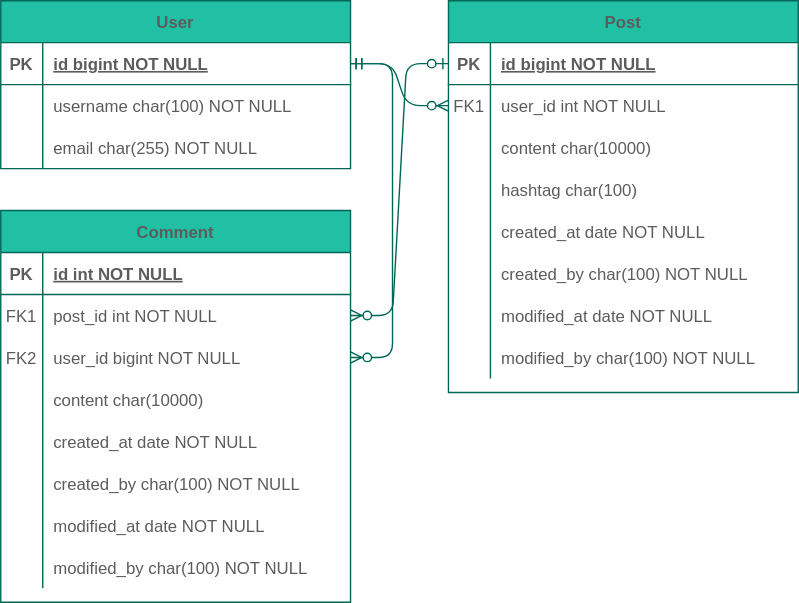
Above: documents/ERD_diagram.drawio.svg in iksadNorth/fc-board (draw.io), before the change. Source tidied: cells renumbered, new cells last; positions are measured from the earlier drawing's top-left corner, leaving out a move shared by most shapes.
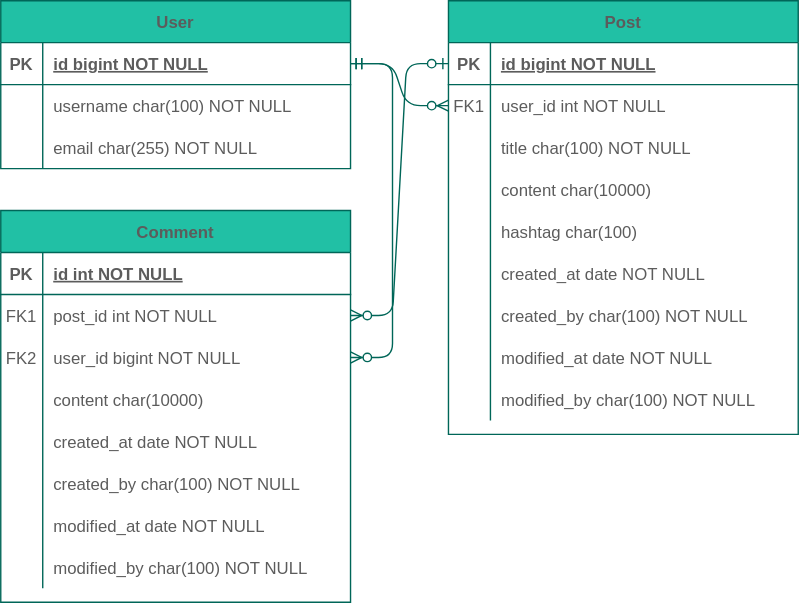
The same diagram one commit later.

Commit message:
#7 - Post에서 누락된 title을 추가

Change to the diagram source:
```diff
@@ -3,7 +3,7 @@
     <mxCell id="0" />
     <mxCell id="1" parent="0" />
     <mxCell id="2" value="Post" style="shape=table;startSize=30;rowLines=0;fontStyle=1;align=center;rounded=0;fillColor=#21C0A5;strokeColor=#006658;fontColor=#5C5C5C;" parent="1" vertex="1">
-      <mxGeometry x="320" width="250" height="280" as="geometry" />
+      <mxGeometry x="320" width="250" height="310" as="geometry" />
     </mxCell>
     <mxCell id="3" style="shape=partialRectangle;fillColor=none;points=[[0,0.5],[1,0.5]];portConstraint=eastwest;top=0;left=0;right=0;bottom=1;rounded=0;strokeColor=#006658;fontColor=#5C5C5C;" parent="2" vertex="1">
       <mxGeometry y="30" width="250" height="30" as="geometry" />
@@ -23,8 +23,17 @@
     <mxCell id="8" value="user_id int NOT NULL" style="shape=partialRectangle;overflow=hidden;fillColor=none;top=0;left=0;bottom=0;right=0;align=left;spacingLeft=6;rounded=0;strokeColor=#006658;fontColor=#5C5C5C;" parent="6" vertex="1">
       <mxGeometry x="30" width="220" height="30" as="geometry" />
     </mxCell>
+    <mxCell id="65" style="shape=partialRectangle;fillColor=none;top=0;left=0;right=0;bottom=0;rounded=0;strokeColor=#006658;fontColor=#5C5C5C;" parent="2" vertex="1">
+      <mxGeometry y="90" width="250" height="30" as="geometry" />
+    </mxCell>
+    <mxCell id="66" style="shape=partialRectangle;overflow=hidden;fillColor=none;top=0;left=0;bottom=0;right=0;rounded=0;strokeColor=#006658;fontColor=#5C5C5C;" parent="65" vertex="1">
+      <mxGeometry width="30" height="30" as="geometry" />
+    </mxCell>
+    <mxCell id="67" value="title char(100) NOT NULL" style="shape=partialRectangle;overflow=hidden;fillColor=none;top=0;left=0;bottom=0;right=0;align=left;spacingLeft=6;rounded=0;strokeColor=#006658;fontColor=#5C5C5C;" parent="65" vertex="1">
+      <mxGeometry x="30" width="220" height="30" as="geometry" />
+    </mxCell>
     <mxCell id="9" style="shape=partialRectangle;fillColor=none;top=0;left=0;right=0;bottom=0;rounded=0;strokeColor=#006658;fontColor=#5C5C5C;" parent="2" vertex="1">
-      <mxGeometry y="90" width="250" height="30" as="geometry" />
+      <mxGeometry y="120" width="250" height="30" as="geometry" />
     </mxCell>
     <mxCell id="10" style="shape=partialRectangle;overflow=hidden;fillColor=none;top=0;left=0;bottom=0;right=0;rounded=0;strokeColor=#006658;fontColor=#5C5C5C;" parent="9" vertex="1">
       <mxGeometry width="30" height="30" as="geometry" />
@@ -33,7 +42,7 @@
       <mxGeometry x="30" width="220" height="30" as="geometry" />
     </mxCell>
     <mxCell id="12" style="shape=partialRectangle;fillColor=none;top=0;left=0;right=0;bottom=0;rounded=0;strokeColor=#006658;fontColor=#5C5C5C;" parent="2" vertex="1">
-      <mxGeometry y="120" width="250" height="30" as="geometry" />
+      <mxGeometry y="150" width="250" height="30" as="geometry" />
     </mxCell>
     <mxCell id="13" style="shape=partialRectangle;overflow=hidden;fillColor=none;top=0;left=0;bottom=0;right=0;rounded=0;strokeColor=#006658;fontColor=#5C5C5C;" parent="12" vertex="1">
       <mxGeometry width="30" height="30" as="geometry" />
@@ -42,7 +51,7 @@
       <mxGeometry x="30" width="220" height="30" as="geometry" />
     </mxCell>
     <mxCell id="15" style="shape=partialRectangle;fillColor=none;top=0;left=0;right=0;bottom=0;rounded=0;strokeColor=#006658;fontColor=#5C5C5C;" parent="2" vertex="1">
-      <mxGeometry y="150" width="250" height="30" as="geometry" />
+      <mxGeometry y="180" width="250" height="30" as="geometry" />
     </mxCell>
     <mxCell id="16" style="shape=partialRectangle;overflow=hidden;fillColor=none;top=0;left=0;bottom=0;right=0;rounded=0;strokeColor=#006658;fontColor=#5C5C5C;" parent="15" vertex="1">
       <mxGeometry width="30" height="30" as="geometry" />
@@ -51,7 +60,7 @@
       <mxGeometry x="30" width="220" height="30" as="geometry" />
     </mxCell>
     <mxCell id="18" style="shape=partialRectangle;fillColor=none;top=0;left=0;right=0;bottom=0;rounded=0;strokeColor=#006658;fontColor=#5C5C5C;" parent="2" vertex="1">
-      <mxGeometry y="180" width="250" height="30" as="geometry" />
+      <mxGeometry y="210" width="250" height="30" as="geometry" />
     </mxCell>
     <mxCell id="19" style="shape=partialRectangle;overflow=hidden;fillColor=none;top=0;left=0;bottom=0;right=0;rounded=0;strokeColor=#006658;fontColor=#5C5C5C;" parent="18" vertex="1">
       <mxGeometry width="30" height="30" as="geometry" />
@@ -60,7 +69,7 @@
       <mxGeometry x="30" width="220" height="30" as="geometry" />
     </mxCell>
     <mxCell id="21" style="shape=partialRectangle;fillColor=none;top=0;left=0;right=0;bottom=0;rounded=0;strokeColor=#006658;fontColor=#5C5C5C;" parent="2" vertex="1">
-      <mxGeometry y="210" width="250" height="30" as="geometry" />
+      <mxGeometry y="240" width="250" height="30" as="geometry" />
     </mxCell>
     <mxCell id="22" style="shape=partialRectangle;overflow=hidden;fillColor=none;top=0;left=0;bottom=0;right=0;rounded=0;strokeColor=#006658;fontColor=#5C5C5C;" parent="21" vertex="1">
       <mxGeometry width="30" height="30" as="geometry" />
@@ -69,7 +78,7 @@
       <mxGeometry x="30" width="220" height="30" as="geometry" />
     </mxCell>
     <mxCell id="24" style="shape=partialRectangle;fillColor=none;top=0;left=0;right=0;bottom=0;rounded=0;strokeColor=#006658;fontColor=#5C5C5C;" parent="2" vertex="1">
-      <mxGeometry y="240" width="250" height="30" as="geometry" />
+      <mxGeometry y="270" width="250" height="30" as="geometry" />
     </mxCell>
     <mxCell id="25" style="shape=partialRectangle;overflow=hidden;fillColor=none;top=0;left=0;bottom=0;right=0;rounded=0;strokeColor=#006658;fontColor=#5C5C5C;" parent="24" vertex="1">
       <mxGeometry width="30" height="30" as="geometry" />
```
